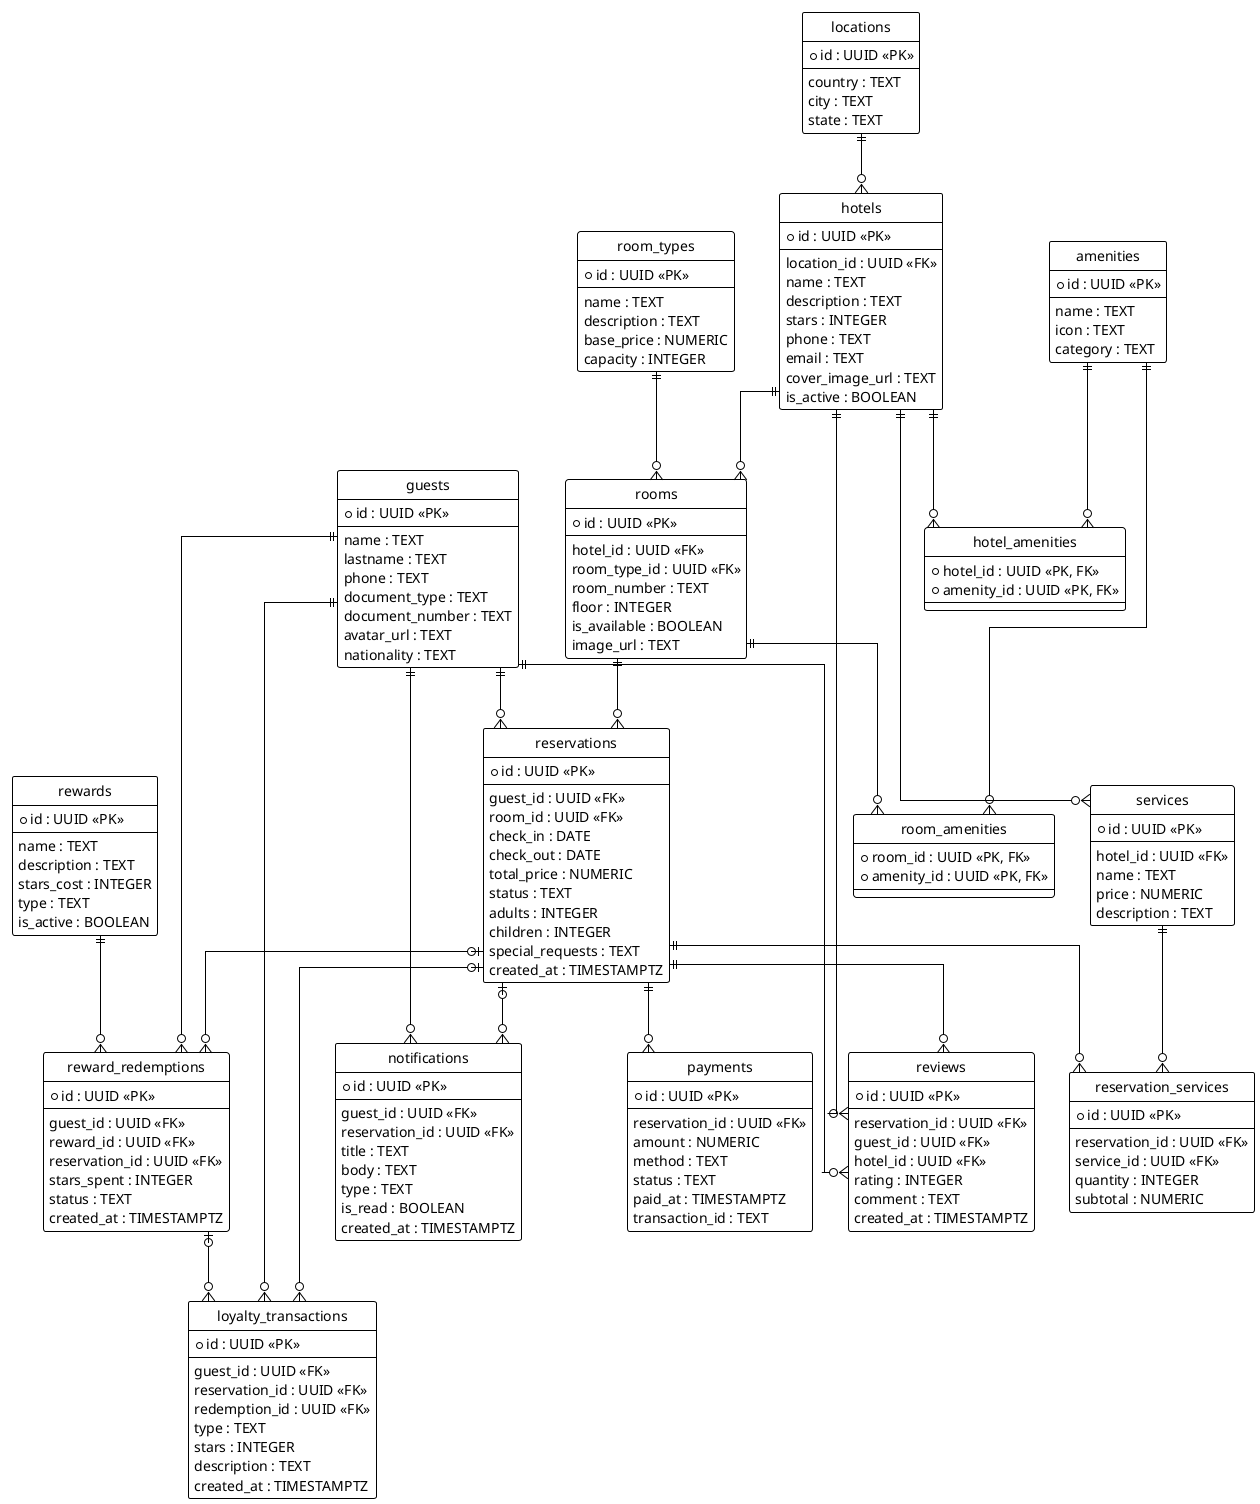
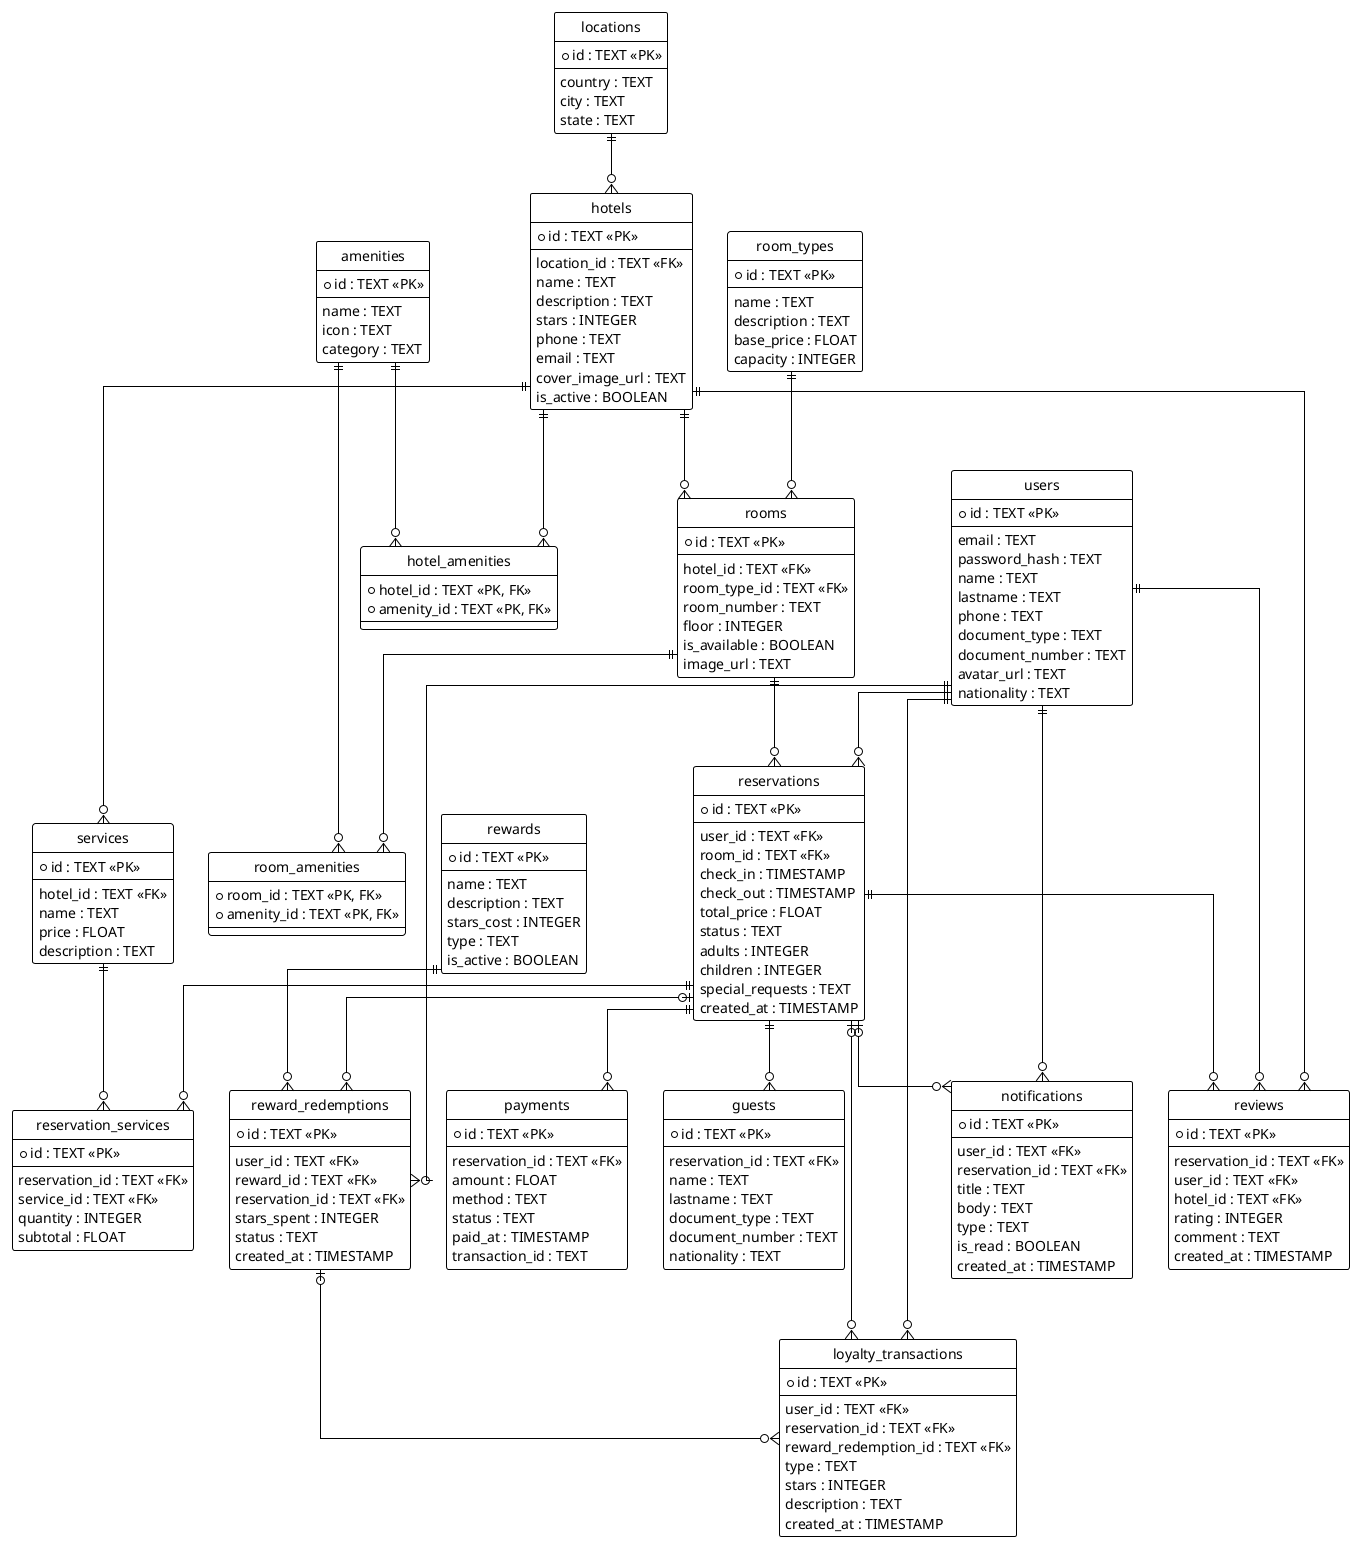
@startuml
!theme plain
hide circle
skinparam linetype ortho

' --- ENTIDADES ---

entity "locations" as L {
-   * id : UUID <<PK>>
+   * id : TEXT <<PK>>
  --
  country : TEXT
  city : TEXT
  state : TEXT
}

entity "hotels" as H {
-   * id : UUID <<PK>>
-   --
-   location_id : UUID <<FK>>
+   * id : TEXT <<PK>>
+   --
+   location_id : TEXT <<FK>>
  name : TEXT
  description : TEXT
  stars : INTEGER
  phone : TEXT
  email : TEXT
  cover_image_url : TEXT
  is_active : BOOLEAN
}

entity "room_types" as RT {
-   * id : UUID <<PK>>
-   --
-   name : TEXT
-   description : TEXT
-   base_price : NUMERIC
+   * id : TEXT <<PK>>
+   --
+   name : TEXT
+   description : TEXT
+   base_price : FLOAT
  capacity : INTEGER
}

entity "rooms" as R {
-   * id : UUID <<PK>>
-   --
-   hotel_id : UUID <<FK>>
-   room_type_id : UUID <<FK>>
+   * id : TEXT <<PK>>
+   --
+   hotel_id : TEXT <<FK>>
+   room_type_id : TEXT <<FK>>
  room_number : TEXT
  floor : INTEGER
  is_available : BOOLEAN
  image_url : TEXT
}

- entity "guests" as G {
-   * id : UUID <<PK>>
-   --
+ entity "users" as U {
+   * id : TEXT <<PK>>
+   --
+   email : TEXT
+   password_hash : TEXT
  name : TEXT
  lastname : TEXT
  phone : TEXT
  document_type : TEXT
  document_number : TEXT
  avatar_url : TEXT
  nationality : TEXT
}

+ entity "guests" as G {
+   * id : TEXT <<PK>>
+   --
+   reservation_id : TEXT <<FK>>
+   name : TEXT
+   lastname : TEXT
+   document_type : TEXT
+   document_number : TEXT
+   nationality : TEXT
+ }
+ 


entity "reservations" as RES {
-   * id : UUID <<PK>>
-   --
-   guest_id : UUID <<FK>>
-   room_id : UUID <<FK>>
-   check_in : DATE
-   check_out : DATE
-   total_price : NUMERIC
+   * id : TEXT <<PK>>
+   --
+   user_id : TEXT <<FK>>
+   room_id : TEXT <<FK>>
+   check_in : TIMESTAMP
+   check_out : TIMESTAMP
+   total_price : FLOAT
  status : TEXT
  adults : INTEGER
  children : INTEGER
  special_requests : TEXT
-   created_at : TIMESTAMPTZ
+   created_at : TIMESTAMP
}

entity "payments" as P {
-   * id : UUID <<PK>>
-   --
-   reservation_id : UUID <<FK>>
-   amount : NUMERIC
+   * id : TEXT <<PK>>
+   --
+   reservation_id : TEXT <<FK>>
+   amount : FLOAT
  method : TEXT
  status : TEXT
-   paid_at : TIMESTAMPTZ
+   paid_at : TIMESTAMP
  transaction_id : TEXT
}

entity "amenities" as AM {
-   * id : UUID <<PK>>
+   * id : TEXT <<PK>>
  --
  name : TEXT
  icon : TEXT
  category : TEXT
}

entity "hotel_amenities" as HA {
-   * hotel_id : UUID <<PK, FK>>
-   * amenity_id : UUID <<PK, FK>>
+   * hotel_id : TEXT <<PK, FK>>
+   * amenity_id : TEXT <<PK, FK>>
}

entity "room_amenities" as RA {
-   * room_id : UUID <<PK, FK>>
-   * amenity_id : UUID <<PK, FK>>
+   * room_id : TEXT <<PK, FK>>
+   * amenity_id : TEXT <<PK, FK>>
}

entity "services" as S {
-   * id : UUID <<PK>>
-   --
-   hotel_id : UUID <<FK>>
-   name : TEXT
-   price : NUMERIC
+   * id : TEXT <<PK>>
+   --
+   hotel_id : TEXT <<FK>>
+   name : TEXT
+   price : FLOAT
  description : TEXT
}

entity "reservation_services" as RS {
-   * id : UUID <<PK>>
-   --
-   reservation_id : UUID <<FK>>
-   service_id : UUID <<FK>>
+   * id : TEXT <<PK>>
+   --
+   reservation_id : TEXT <<FK>>
+   service_id : TEXT <<FK>>
  quantity : INTEGER
-   subtotal : NUMERIC
+   subtotal : FLOAT
}

entity "loyalty_transactions" as LTX {
-   * id : UUID <<PK>>
-   --
-   guest_id : UUID <<FK>>
-   reservation_id : UUID <<FK>>
-   redemption_id : UUID <<FK>>
+   * id : TEXT <<PK>>
+   --
+   user_id : TEXT <<FK>>
+   reservation_id : TEXT <<FK>>
+   reward_redemption_id : TEXT <<FK>>
  type : TEXT
  stars : INTEGER
  description : TEXT
-   created_at : TIMESTAMPTZ
+   created_at : TIMESTAMP
}

entity "rewards" as RW {
-   * id : UUID <<PK>>
+   * id : TEXT <<PK>>
  --
  name : TEXT
  description : TEXT
  stars_cost : INTEGER
  type : TEXT
  is_active : BOOLEAN
}

entity "reward_redemptions" as RR {
-   * id : UUID <<PK>>
-   --
-   guest_id : UUID <<FK>>
-   reward_id : UUID <<FK>>
-   reservation_id : UUID <<FK>>
+   * id : TEXT <<PK>>
+   --
+   user_id : TEXT <<FK>>
+   reward_id : TEXT <<FK>>
+   reservation_id : TEXT <<FK>>
  stars_spent : INTEGER
  status : TEXT
-   created_at : TIMESTAMPTZ
+   created_at : TIMESTAMP
}

entity "reviews" as REV {
-   * id : UUID <<PK>>
-   --
-   reservation_id : UUID <<FK>>
-   guest_id : UUID <<FK>>
-   hotel_id : UUID <<FK>>
+   * id : TEXT <<PK>>
+   --
+   reservation_id : TEXT <<FK>>
+   user_id : TEXT <<FK>>
+   hotel_id : TEXT <<FK>>
  rating : INTEGER
  comment : TEXT
-   created_at : TIMESTAMPTZ
+   created_at : TIMESTAMP
}

entity "notifications" as N {
-   * id : UUID <<PK>>
-   --
-   guest_id : UUID <<FK>>
-   reservation_id : UUID <<FK>>
+   * id : TEXT <<PK>>
+   --
+   user_id : TEXT <<FK>>
+   reservation_id : TEXT <<FK>>
  title : TEXT
  body : TEXT
  type : TEXT
  is_read : BOOLEAN
-   created_at : TIMESTAMPTZ
+   created_at : TIMESTAMP
}

' --- RELACIONES ---

L ||--o{ H
H ||--o{ R
RT ||--o{ R
- G ||--o{ RES
+ U ||--o{ RES
R ||--o{ RES
+ RES ||--o{ G
RES ||--o{ P
RES ||--o{ RS
S ||--o{ RS
H ||--o{ S

H ||--o{ HA
AM ||--o{ HA
R ||--o{ RA
AM ||--o{ RA



- G ||--o{ LTX
+ U ||--o{ LTX
RES |o--o{ LTX
RR |o--o{ LTX

- G ||--o{ RR
+ U ||--o{ RR
RW ||--o{ RR
RES |o--o{ RR

RES ||--o{ REV
- G ||--o{ REV
+ U ||--o{ REV
H ||--o{ REV

- G ||--o{ N
+ U ||--o{ N
RES |o--o{ N

@enduml